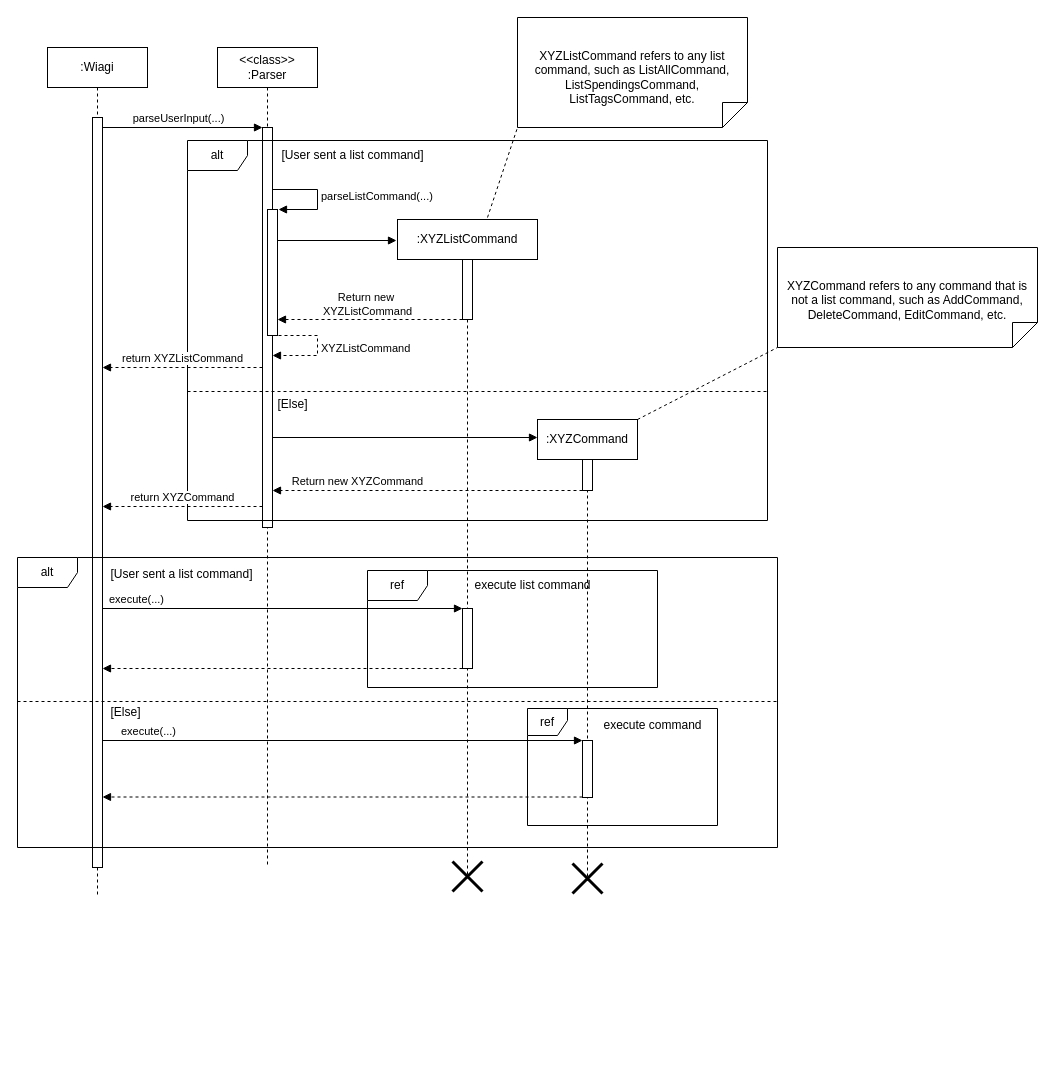
The draw.io diagram docs/Diagrams/Commands/commandHandling.drawio in wongwh2002/CS2113TeamProject, before the edit. Source tidied: cells renumbered, new cells numbered last; positions are measured from the earlier drawing's top-left corner, leaving out a move shared by most shapes. Both pictures are drawn from the tidied source at 100%, with x=0, y=0 at pixel (17, 17).
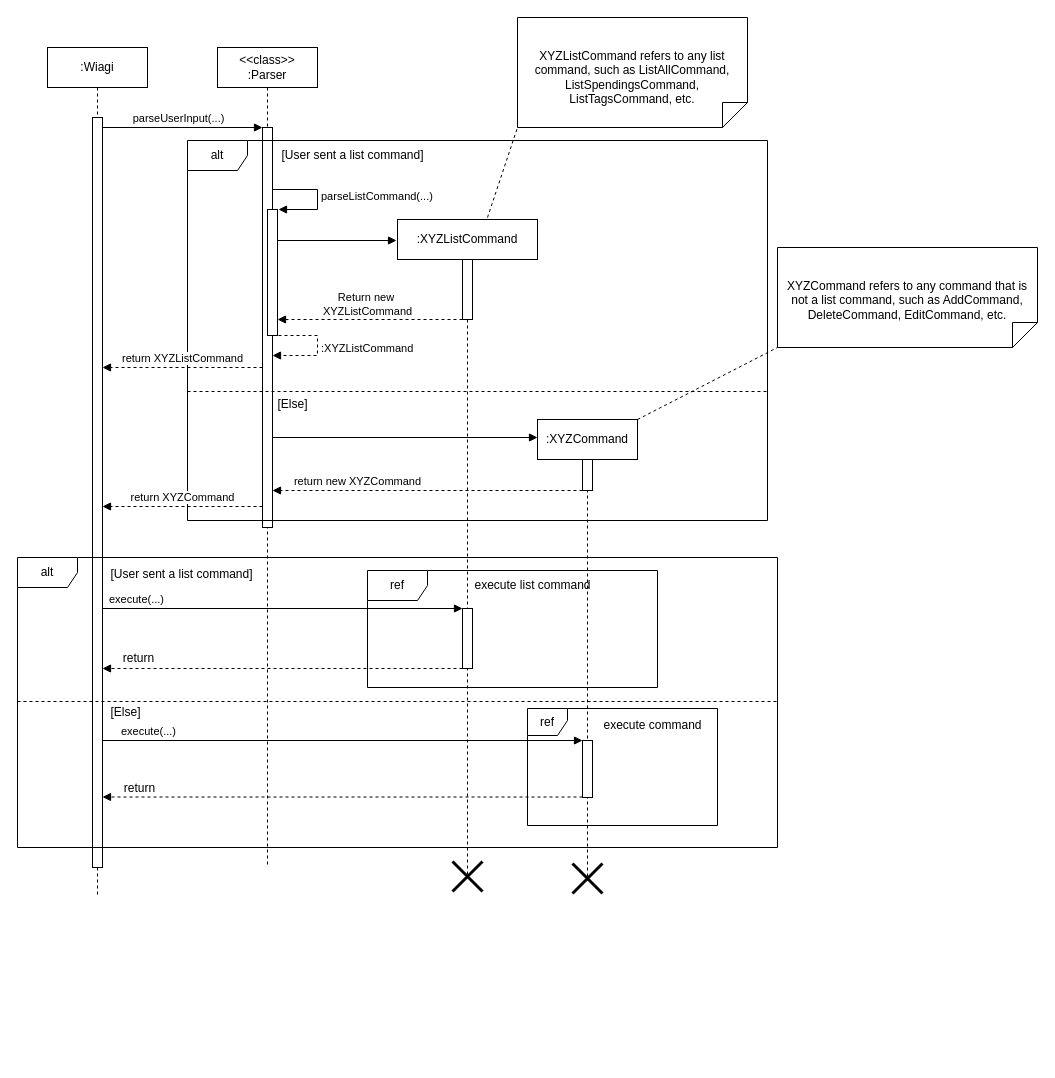
Above is the later version.

Commit message (it also covers changes not shown here):
Standardize return

The change refers to these unchanged cells:
```xml
<mxCell id="18" style="html=1;verticalAlign=bottom;endArrow=block;curved=0;rounded=0;exitX=0;exitY=1;exitDx=0;exitDy=-5;exitPerimeter=0;dashed=1;" parent="1" edge="1">
  <mxGeometry x="0.36" relative="1" as="geometry">
    <mxPoint x="445" y="651" as="sourcePoint" />
    <mxPoint x="85" y="651" as="targetPoint" />
  </mxGeometry>
</mxCell>
<mxCell id="42" style="html=1;verticalAlign=bottom;endArrow=block;curved=0;rounded=0;dashed=1;" parent="1" edge="1">
  <mxGeometry x="0.36" relative="1" as="geometry">
    <mxPoint x="565" y="779.5" as="sourcePoint" />
    <mxPoint x="85" y="779.5" as="targetPoint" />
  </mxGeometry>
</mxCell>
```

The edit, as a diff of the source:
```diff
@@
-    <mxCell id="10" value="XYZListCommand" style="html=1;align=left;spacingLeft=2;endArrow=block;rounded=0;edgeStyle=orthogonalEdgeStyle;curved=0;rounded=0;dashed=1;" parent="1" edge="1">
+    <mxCell id="10" value=":XYZListCommand" style="html=1;align=left;spacingLeft=2;endArrow=block;rounded=0;edgeStyle=orthogonalEdgeStyle;curved=0;rounded=0;dashed=1;" parent="1" edge="1">
       <mxGeometry relative="1" as="geometry">
         <mxPoint x="261" y="318" as="sourcePoint" />
         <mxPoint x="255" y="338" as="targetPoint" />
         <Array as="points">
           <mxPoint x="300" y="318" />
           <mxPoint x="300" y="338" />
         </Array>
       </mxGeometry>
     </mxCell>
@@
+    <mxCell id="47" value="return" style="edgeLabel;html=1;align=center;verticalAlign=middle;fontSize=12;" parent="18" vertex="1">
+      <mxGeometry x="0.49" y="-2" relative="1" as="geometry">
+        <mxPoint x="-57" y="-9" as="offset" />
+      </mxGeometry>
+    </mxCell>
@@
-    <mxCell id="37" value="Return new XYZCommand" style="html=1;verticalAlign=bottom;endArrow=block;curved=0;rounded=0;dashed=1;" parent="1" edge="1">
+    <mxCell id="37" value="return new XYZCommand" style="html=1;verticalAlign=bottom;endArrow=block;curved=0;rounded=0;dashed=1;" parent="1" edge="1">
       <mxGeometry x="0.45" relative="1" as="geometry">
         <mxPoint x="565" y="473" as="sourcePoint" />
         <mxPoint x="255" y="473" as="targetPoint" />
       </mxGeometry>
     </mxCell>
@@
+    <mxCell id="48" value="return" style="edgeLabel;html=1;align=center;verticalAlign=middle;fontSize=12;" parent="42" vertex="1">
+      <mxGeometry x="0.66" y="1" relative="1" as="geometry">
+        <mxPoint x="-46" y="-10" as="offset" />
+      </mxGeometry>
+    </mxCell>
```
